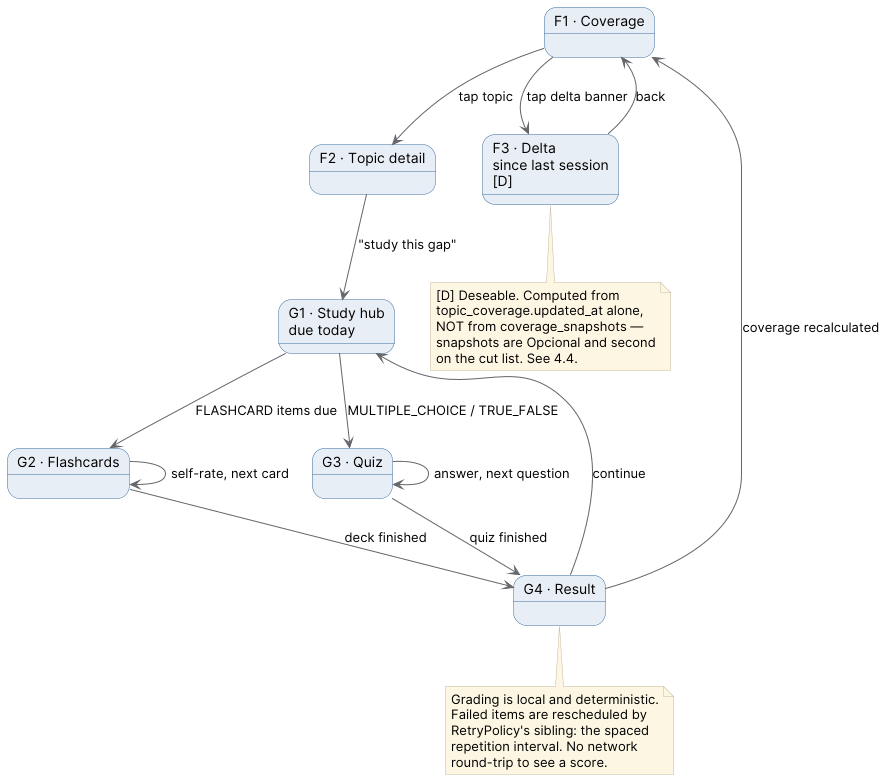
This is docs/images/18_nav_study_flow.png from Bloodiewormer/Proyecto-Plataformas-Moviles, a PlantUML export, as it was before one commit. Source of this version:
```plantuml
@startuml 18_nav_study_flow
skinparam backgroundColor #FFFFFF
skinparam shadowing false
skinparam noteBackgroundColor #FDF6E3
skinparam noteBorderColor #C4BCA3
skinparam defaultFontName Inter
skinparam ArrowColor #63666A
skinparam state {
  BackgroundColor #E8EEF6
  BorderColor #3E6E9E
  FontName Inter
}

state "F1 · Coverage" as F1
state "F2 · Topic detail" as F2
state "F3 · Delta\nsince last session\n[D]" as F3
state "G1 · Study hub\ndue today" as G1
state "G2 · Flashcards" as G2
state "G3 · Quiz" as G3
state "G4 · Result" as G4

F1 --> F2 : tap topic
F1 --> F3 : tap delta banner
F2 --> G1 : "study this gap"
F3 --> F1 : back
G1 --> G2 : FLASHCARD items due
G1 --> G3 : MULTIPLE_CHOICE / TRUE_FALSE
G2 --> G2 : self-rate, next card
G2 --> G4 : deck finished
G3 --> G3 : answer, next question
G3 --> G4 : quiz finished
G4 --> G1 : continue
G4 --> F1 : coverage recalculated

note bottom of G4
  Grading is local and deterministic.
  Failed items are rescheduled by
  RetryPolicy's sibling: the spaced
  repetition interval. No network
  round-trip to see a score.
end note

note bottom of F3
  [D] Deseable. Computed from
  topic_coverage.updated_at alone,
  NOT from coverage_snapshots —
  snapshots are Opcional and second
  on the cut list. See 4.4.
end note
@enduml
```
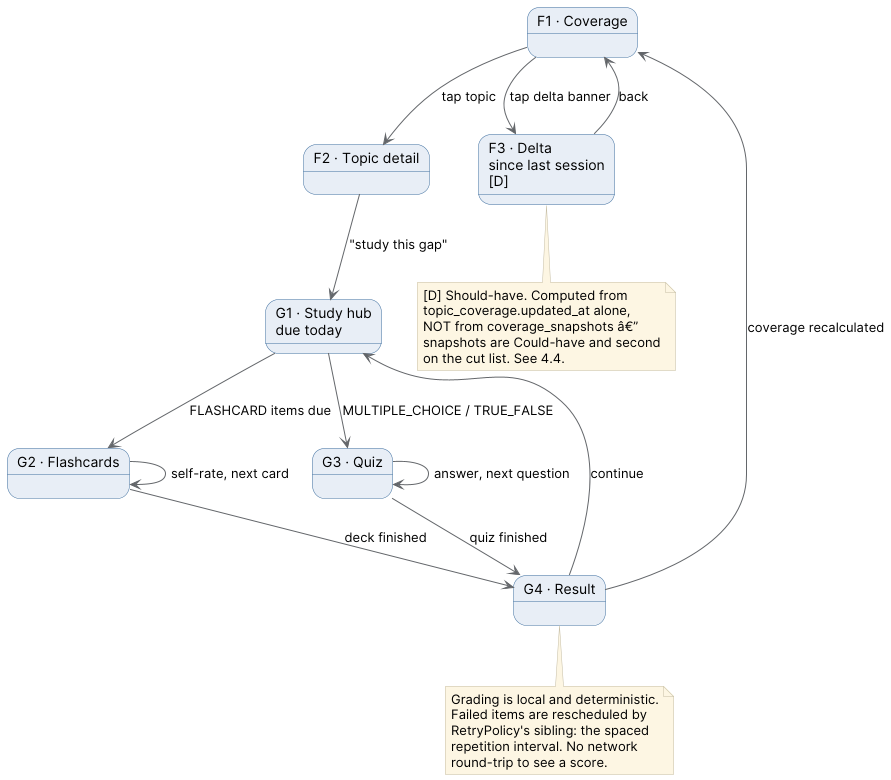
The same file after the commit.

What changed in the source:
```diff
@@ -41,10 +41,10 @@
 end note
 
 note bottom of F3
-  [D] Deseable. Computed from
+  [D] Should-have. Computed from
   topic_coverage.updated_at alone,
-  NOT from coverage_snapshots —
-  snapshots are Opcional and second
+  NOT from coverage_snapshots â€”
+  snapshots are Could-have and second
   on the cut list. See 4.4.
 end note
 @enduml
```
